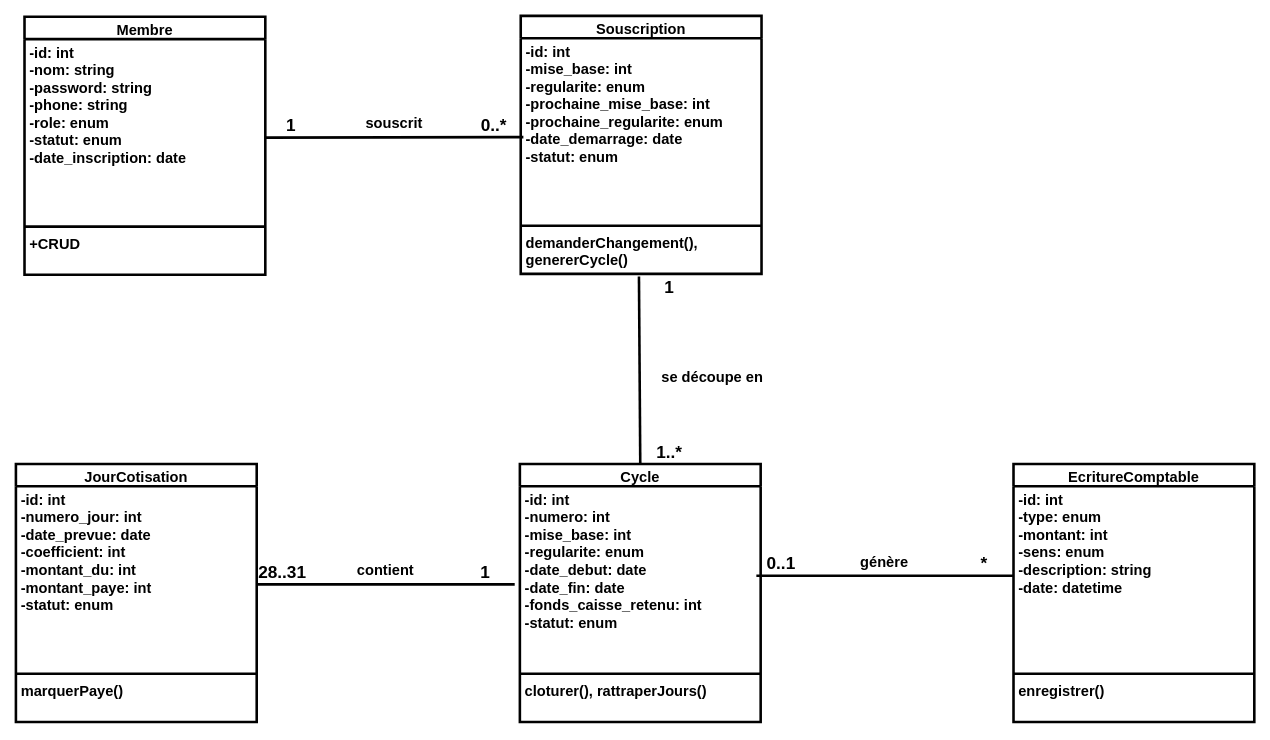
This is Diagramme/Diagramme de classe Cotisation.drawio from le-refuge-tic/App_Tontine, a draw.io file, before an edit. Source tidied: cells renumbered, new cells numbered last; positions are measured from the earlier drawing's top-left corner, leaving out a move shared by most shapes. Both pictures are drawn from the tidied source at 86%, with x=0, y=0 at pixel (15, 15).
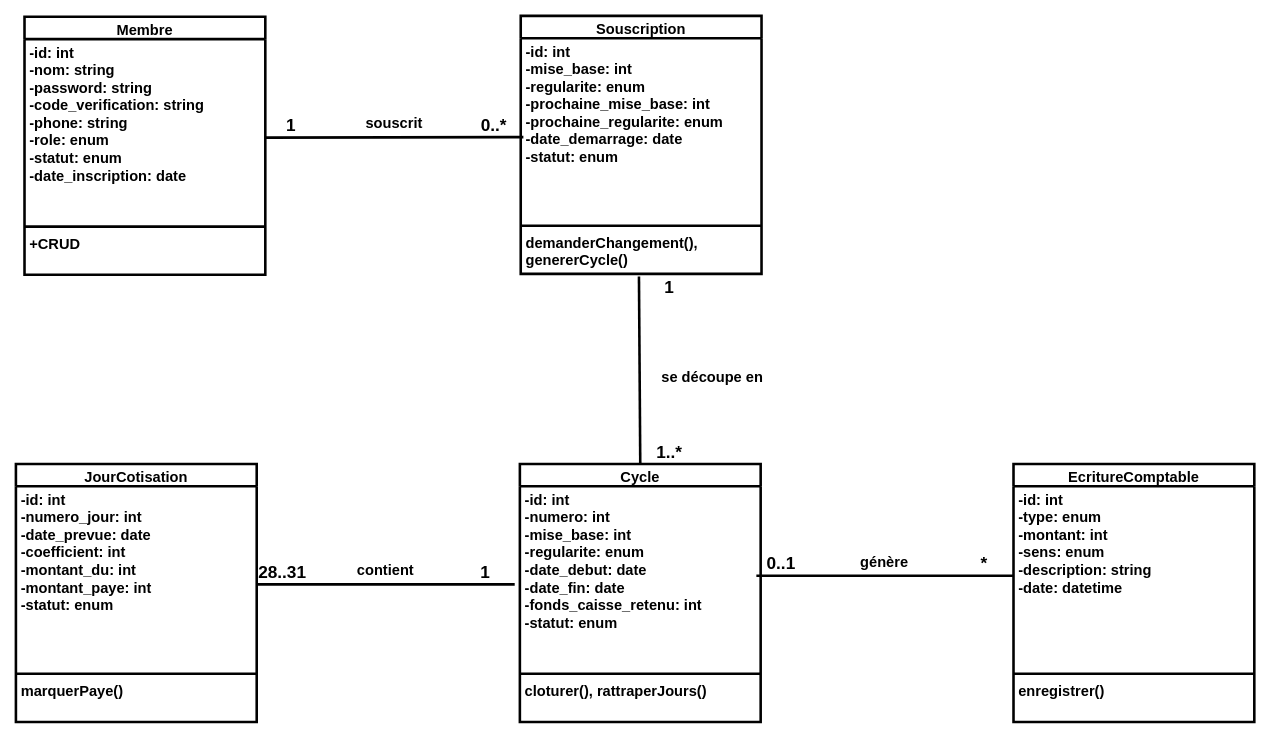
The same page after the edit.

The change refers to these unchanged cells:
```xml
<mxCell id="2" value="&lt;font style=&quot;font-size: 17px;&quot;&gt;Membre&lt;/font&gt;" style="swimlane;fontStyle=1;align=center;verticalAlign=top;horizontal=1;startSize=26;whiteSpace=wrap;html=1;strokeWidth=3;fontSize=17;" parent="1" vertex="1">
  <mxGeometry x="10" y="1" width="280" height="300" as="geometry" />
</mxCell>
```

The edit, as a diff of the source:
```diff
@@
-    <mxCell id="3" value="-id: int&lt;div style=&quot;font-size: 17px;&quot;&gt;-nom: string&lt;/div&gt;&lt;div style=&quot;font-size: 17px;&quot;&gt;&lt;div style=&quot;font-size: 17px;&quot;&gt;&lt;span style=&quot;background-color: initial;&quot;&gt;-password: string&lt;/span&gt;&lt;br&gt;&lt;/div&gt;&lt;div style=&quot;font-size: 17px;&quot;&gt;-phone: string&lt;/div&gt;&lt;div style=&quot;font-size: 17px;&quot;&gt;-role: enum&lt;/div&gt;&lt;/div&gt;&lt;div style=&quot;font-size: 17px;&quot;&gt;-statut: enum&lt;/div&gt;&lt;div style=&quot;font-size: 17px;&quot;&gt;-date_inscription: date&lt;br&gt;&lt;/div&gt;" style="text;strokeColor=none;fillColor=none;align=left;verticalAlign=top;spacingLeft=4;spacingRight=4;overflow=hidden;points=[[0,0.5],[1,0.5]];portConstraint=eastwest;whiteSpace=wrap;html=1;fontSize=17;strokeWidth=3;fontStyle=1;" parent="2" vertex="1">
+    <mxCell id="3" value="-id: int&lt;div style=&quot;font-size: 17px;&quot;&gt;-nom: string&lt;/div&gt;&lt;div style=&quot;font-size: 17px;&quot;&gt;&lt;div style=&quot;font-size: 17px;&quot;&gt;&lt;span style=&quot;background-color: initial;&quot;&gt;-password: string&lt;/span&gt;&lt;br&gt;&lt;/div&gt;&lt;div style=&quot;font-size: 17px;&quot;&gt;&lt;span style=&quot;background-color: initial;&quot;&gt;-code_verification: string&lt;/span&gt;&lt;/div&gt;&lt;div style=&quot;font-size: 17px;&quot;&gt;-phone: string&lt;/div&gt;&lt;div style=&quot;font-size: 17px;&quot;&gt;-role: enum&lt;/div&gt;&lt;/div&gt;&lt;div style=&quot;font-size: 17px;&quot;&gt;-statut: enum&lt;/div&gt;&lt;div style=&quot;font-size: 17px;&quot;&gt;-date_inscription: date&lt;br&gt;&lt;/div&gt;" style="text;strokeColor=none;fillColor=none;align=left;verticalAlign=top;spacingLeft=4;spacingRight=4;overflow=hidden;points=[[0,0.5],[1,0.5]];portConstraint=eastwest;whiteSpace=wrap;html=1;fontSize=17;strokeWidth=3;fontStyle=1;" parent="2" vertex="1">
       <mxGeometry y="26" width="280" height="214" as="geometry" />
     </mxCell>
```
